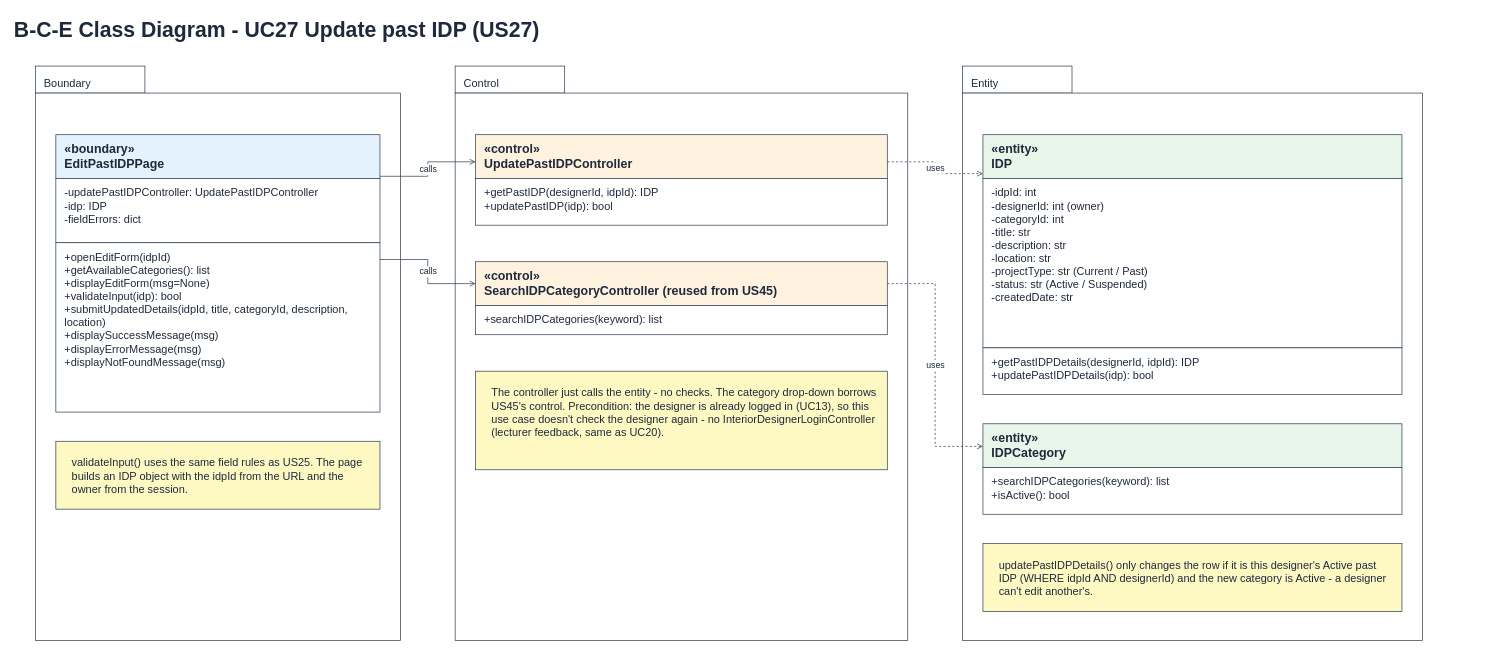
The draw.io diagram page "5 BCE Class Diagram" (6 of 7) of Sprint_4/US27 - Update Past IDP/US27 Update past IDP.drawio in Hanzxc/CSIT314-ARCHSS, before the edit. Source tidied: cells renumbered, new cells numbered last; positions are measured from the earlier drawing's top-left corner, leaving out a move shared by most shapes. Both pictures are drawn from the tidied source at 73%, with x=0, y=0 at pixel (12, 12).
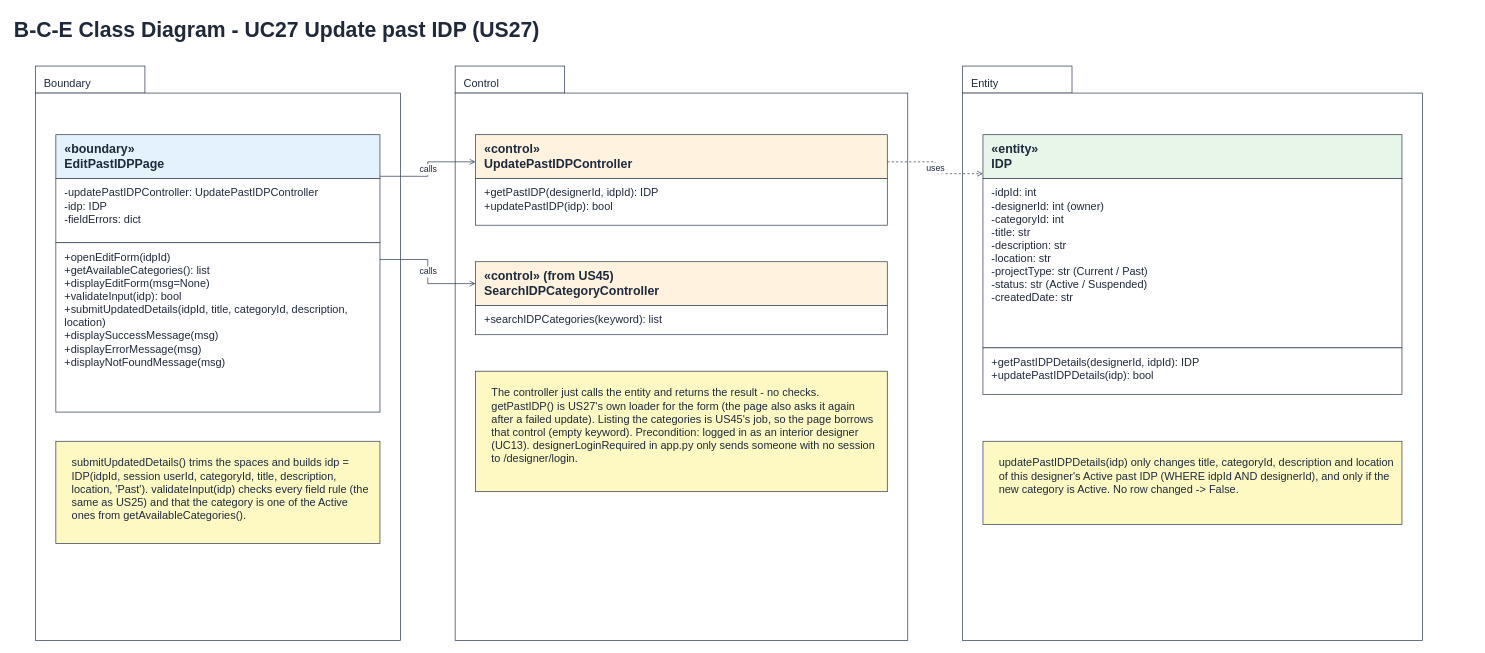
Above is the later version.

The change refers to these unchanged cells:
```xml
<mxCell id="19" style="rounded=0;html=1;fillColor=none;strokeColor=none;" parent="1" vertex="1">
  <mxGeometry x="634" y="341" width="564" height="100" as="geometry" />
</mxCell>
```

Diff of the diagram source:
```diff
@@
-    <mxCell id="13" value="validateInput() uses the same field rules as US25. The page builds an IDP object with the idpId from the URL and the owner from the session." style="rounded=0;whiteSpace=wrap;html=1;fillColor=#fef9c3;strokeColor=#334155;align=left;verticalAlign=top;spacingLeft=10;spacingTop=4;fontSize=15;fontColor=#1e293b;whiteSpace=wrap;spacing=12;" parent="1" vertex="1">
-      <mxGeometry x="59" y="587" width="444" height="93" as="geometry" />
+    <mxCell id="13" value="submitUpdatedDetails() trims the spaces and builds idp = IDP(idpId, session userId, categoryId, title, description, location, 'Past'). validateInput(idp) checks every field rule (the same as US25) and that the category is one of the Active ones from getAvailableCategories()." style="rounded=0;whiteSpace=wrap;html=1;fillColor=#fef9c3;strokeColor=#334155;align=left;verticalAlign=top;spacingLeft=10;spacingTop=4;fontSize=15;fontColor=#1e293b;whiteSpace=wrap;spacing=12;" parent="1" vertex="1">
+      <mxGeometry x="59" y="587" width="444" height="140" as="geometry" />
     </mxCell>
@@
-    <mxCell id="17" value="«control»&lt;br&gt;SearchIDPCategoryController (reused from US45)" style="rounded=0;whiteSpace=wrap;html=1;fillColor=#fff3e0;strokeColor=#334155;align=left;verticalAlign=top;spacingLeft=10;spacingTop=4;fontSize=15;fontColor=#1e293b;fontStyle=1;fontSize=17;" parent="1" vertex="1">
+    <mxCell id="17" value="«control» (from US45)&lt;br&gt;SearchIDPCategoryController" style="rounded=0;whiteSpace=wrap;html=1;fillColor=#fff3e0;strokeColor=#334155;align=left;verticalAlign=top;spacingLeft=10;spacingTop=4;fontSize=15;fontColor=#1e293b;fontStyle=1;fontSize=17;" parent="1" vertex="1">
       <mxGeometry x="634" y="341" width="564" height="60" as="geometry" />
     </mxCell>
@@
-    <mxCell id="20" value="The controller just calls the entity - no checks. The category drop-down borrows US45's control. Precondition: the designer is already logged in (UC13), so this use case doesn't check the designer again - no InteriorDesignerLoginController (lecturer feedback, same as UC20)." style="rounded=0;whiteSpace=wrap;html=1;fillColor=#fef9c3;strokeColor=#334155;align=left;verticalAlign=top;spacingLeft=10;spacingTop=4;fontSize=15;fontColor=#1e293b;whiteSpace=wrap;spacing=12;" parent="1" vertex="1">
-      <mxGeometry x="634" y="491" width="564" height="135" as="geometry" />
+    <mxCell id="20" value="The controller just calls the entity and returns the result - no checks. getPastIDP() is US27's own loader for the form (the page also asks it again after a failed update). Listing the categories is US45's job, so the page borrows that control (empty keyword). Precondition: logged in as an interior designer (UC13). designerLoginRequired in app.py only sends someone with no session to /designer/login." style="rounded=0;whiteSpace=wrap;html=1;fillColor=#fef9c3;strokeColor=#334155;align=left;verticalAlign=top;spacingLeft=10;spacingTop=4;fontSize=15;fontColor=#1e293b;whiteSpace=wrap;spacing=12;" parent="1" vertex="1">
+      <mxGeometry x="634" y="491" width="564" height="165" as="geometry" />
     </mxCell>
@@
-    <mxCell id="25" value="«entity»&lt;br&gt;IDPCategory" style="rounded=0;whiteSpace=wrap;html=1;fillColor=#e8f5e9;strokeColor=#334155;align=left;verticalAlign=top;spacingLeft=10;spacingTop=4;fontSize=15;fontColor=#1e293b;fontStyle=1;fontSize=17;" parent="1" vertex="1">
-      <mxGeometry x="1329" y="563" width="574" height="60" as="geometry" />
-    </mxCell>
-    <mxCell id="26" value="+searchIDPCategories(keyword): list&lt;br&gt;+isActive(): bool" style="rounded=0;whiteSpace=wrap;html=1;fillColor=#ffffff;strokeColor=#334155;align=left;verticalAlign=top;spacingLeft=10;spacingTop=4;fontSize=15;fontColor=#1e293b;" parent="1" vertex="1">
-      <mxGeometry x="1329" y="623" width="574" height="64" as="geometry" />
-    </mxCell>
-    <mxCell id="27" style="rounded=0;html=1;fillColor=none;strokeColor=none;" parent="1" vertex="1">
-      <mxGeometry x="1329" y="563" width="574" height="124" as="geometry" />
-    </mxCell>
-    <mxCell id="28" value="updatePastIDPDetails() only changes the row if it is this designer's Active past IDP (WHERE idpId AND designerId) and the new category is Active - a designer can't edit another's." style="rounded=0;whiteSpace=wrap;html=1;fillColor=#fef9c3;strokeColor=#334155;align=left;verticalAlign=top;spacingLeft=10;spacingTop=4;fontSize=15;fontColor=#1e293b;whiteSpace=wrap;spacing=12;" parent="1" vertex="1">
-      <mxGeometry x="1329" y="727" width="574" height="93" as="geometry" />
+    <mxCell id="28" value="updatePastIDPDetails(idp) only changes title, categoryId, description and location of this designer's Active past IDP (WHERE idpId AND designerId), and only if the new category is Active. No row changed -&gt; False." style="rounded=0;whiteSpace=wrap;html=1;fillColor=#fef9c3;strokeColor=#334155;align=left;verticalAlign=top;spacingLeft=10;spacingTop=4;fontSize=15;fontColor=#1e293b;whiteSpace=wrap;spacing=12;" parent="1" vertex="1">
+      <mxGeometry x="1329" y="587" width="574" height="114" as="geometry" />
     </mxCell>
@@
-    <mxCell id="32" value="uses" style="edgeStyle=orthogonalEdgeStyle;rounded=0;html=1;exitX=1;exitY=0.3;exitDx=0;exitDy=0;entryX=0;entryY=0.25;entryDx=0;entryDy=0;endArrow=open;endFill=0;strokeColor=#334155;dashed=1;fontSize=12;fontColor=#1e293b;labelBackgroundColor=#ffffff;" parent="1" edge="1" source="19" target="27">
-      <mxGeometry relative="1" as="geometry" />
-    </mxCell>
```
